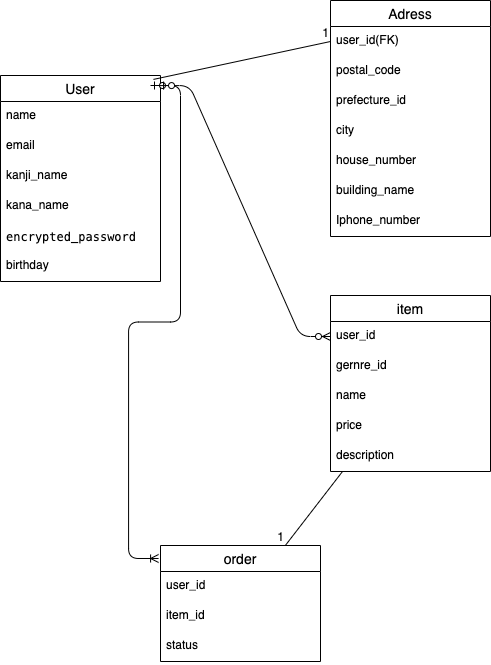
This is furima.png from hirowood/furima-41960, a draw.io export, as it was before one commit. Source tidied: cells renumbered, new cells last; positions are measured from the earlier drawing's top-left corner, leaving out a move shared by most shapes.
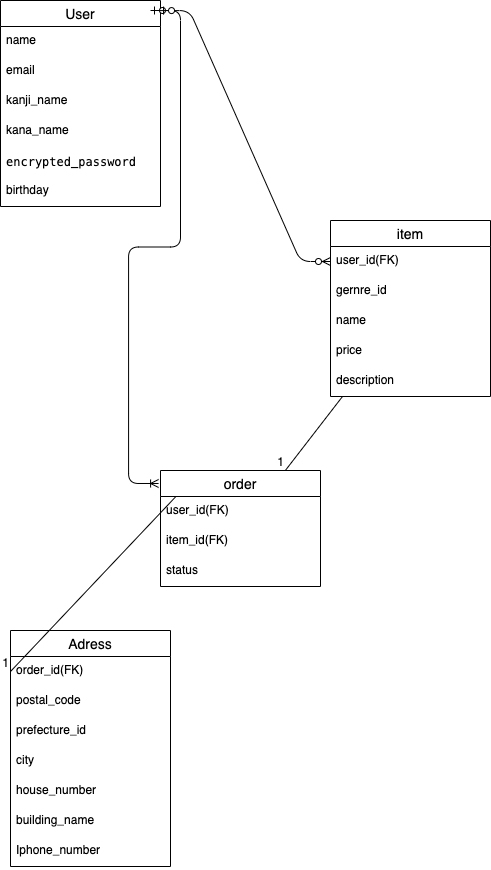
After the change.

Diff of the diagram source:
```diff
@@ -29,9 +29,9 @@
       <mxGeometry y="176" width="160" height="30" as="geometry" />
     </mxCell>
     <mxCell id="10" value="Adress" style="swimlane;fontStyle=0;horizontal=1;startSize=26;align=center;fontSize=14;" parent="1" vertex="1">
-      <mxGeometry x="330" width="160" height="236" as="geometry" />
+      <mxGeometry x="10" y="705" width="160" height="236" as="geometry" />
     </mxCell>
-    <mxCell id="11" value="user_id(FK)" style="text;strokeColor=none;fillColor=none;spacingLeft=4;spacingRight=4;overflow=hidden;points=[[0,0.5],[1,0.5]];portConstraint=eastwest;fontSize=12;whiteSpace=wrap;html=1;" parent="10" vertex="1">
+    <mxCell id="11" value="order_id(FK)" style="text;strokeColor=none;fillColor=none;spacingLeft=4;spacingRight=4;overflow=hidden;points=[[0,0.5],[1,0.5]];portConstraint=eastwest;fontSize=12;whiteSpace=wrap;html=1;" parent="10" vertex="1">
       <mxGeometry y="26" width="160" height="30" as="geometry" />
     </mxCell>
     <mxCell id="12" value="postal_code" style="text;strokeColor=none;fillColor=none;spacingLeft=4;spacingRight=4;overflow=hidden;fontSize=12;whiteSpace=wrap;html=1;" parent="10" vertex="1">
@@ -52,7 +52,7 @@
     <mxCell id="17" value="Iphone_number" style="text;strokeColor=none;fillColor=none;spacingLeft=4;spacingRight=4;overflow=hidden;fontSize=12;whiteSpace=wrap;html=1;" parent="10" vertex="1">
       <mxGeometry y="206" width="160" height="30" as="geometry" />
     </mxCell>
-    <mxCell id="18" style="endArrow=none;html=1;rounded=0;exitX=0.956;exitY=0.019;exitDx=0;exitDy=0;exitPerimeter=0;entryX=0;entryY=0.5;entryDx=0;entryDy=0;" parent="1" edge="1" source="2" target="11">
+    <mxCell id="18" style="endArrow=none;html=1;rounded=0;exitX=0.25;exitY=0;exitDx=0;exitDy=0;entryX=0;entryY=0.5;entryDx=0;entryDy=0;" parent="1" edge="1" source="27" target="11">
       <mxGeometry relative="1" as="geometry" />
     </mxCell>
     <mxCell id="19" value="1" style="html=1;whiteSpace=wrap;align=right;verticalAlign=bottom;" parent="18" vertex="1">
@@ -61,7 +61,7 @@
     <mxCell id="20" value="item" style="swimlane;fontStyle=0;horizontal=1;startSize=26;align=center;fontSize=14;" parent="1" vertex="1">
       <mxGeometry x="330" y="295" width="160" height="176" as="geometry" />
     </mxCell>
-    <mxCell id="21" value="user_id" style="text;strokeColor=none;fillColor=none;spacingLeft=4;spacingRight=4;overflow=hidden;points=[[0,0.5],[1,0.5]];portConstraint=eastwest;fontSize=12;whiteSpace=wrap;html=1;" parent="20" vertex="1">
+    <mxCell id="21" value="user_id(FK)" style="text;strokeColor=none;fillColor=none;spacingLeft=4;spacingRight=4;overflow=hidden;points=[[0,0.5],[1,0.5]];portConstraint=eastwest;fontSize=12;whiteSpace=wrap;html=1;" parent="20" vertex="1">
       <mxGeometry y="26" width="160" height="30" as="geometry" />
     </mxCell>
     <mxCell id="22" value="gernre_id" style="text;strokeColor=none;fillColor=none;spacingLeft=4;spacingRight=4;overflow=hidden;fontSize=12;whiteSpace=wrap;html=1;" parent="20" vertex="1">
@@ -82,10 +82,10 @@
     <mxCell id="27" value="order" style="swimlane;fontStyle=0;horizontal=1;startSize=26;align=center;fontSize=14;" parent="1" vertex="1">
       <mxGeometry x="160" y="545" width="160" height="116" as="geometry" />
     </mxCell>
-    <mxCell id="28" value="user_id" style="text;strokeColor=none;fillColor=none;spacingLeft=4;spacingRight=4;overflow=hidden;fontSize=12;whiteSpace=wrap;html=1;" parent="27" vertex="1">
+    <mxCell id="28" value="user_id(FK)" style="text;strokeColor=none;fillColor=none;spacingLeft=4;spacingRight=4;overflow=hidden;fontSize=12;whiteSpace=wrap;html=1;" parent="27" vertex="1">
       <mxGeometry y="26" width="160" height="30" as="geometry" />
     </mxCell>
-    <mxCell id="29" value="item_id" style="text;strokeColor=none;fillColor=none;spacingLeft=4;spacingRight=4;overflow=hidden;fontSize=12;whiteSpace=wrap;html=1;" parent="27" vertex="1">
+    <mxCell id="29" value="item_id(FK)" style="text;strokeColor=none;fillColor=none;spacingLeft=4;spacingRight=4;overflow=hidden;fontSize=12;whiteSpace=wrap;html=1;" parent="27" vertex="1">
       <mxGeometry y="56" width="160" height="30" as="geometry" />
     </mxCell>
     <mxCell id="30" value="status" style="text;strokeColor=none;fillColor=none;spacingLeft=4;spacingRight=4;overflow=hidden;fontSize=12;whiteSpace=wrap;html=1;" parent="27" vertex="1">
```
